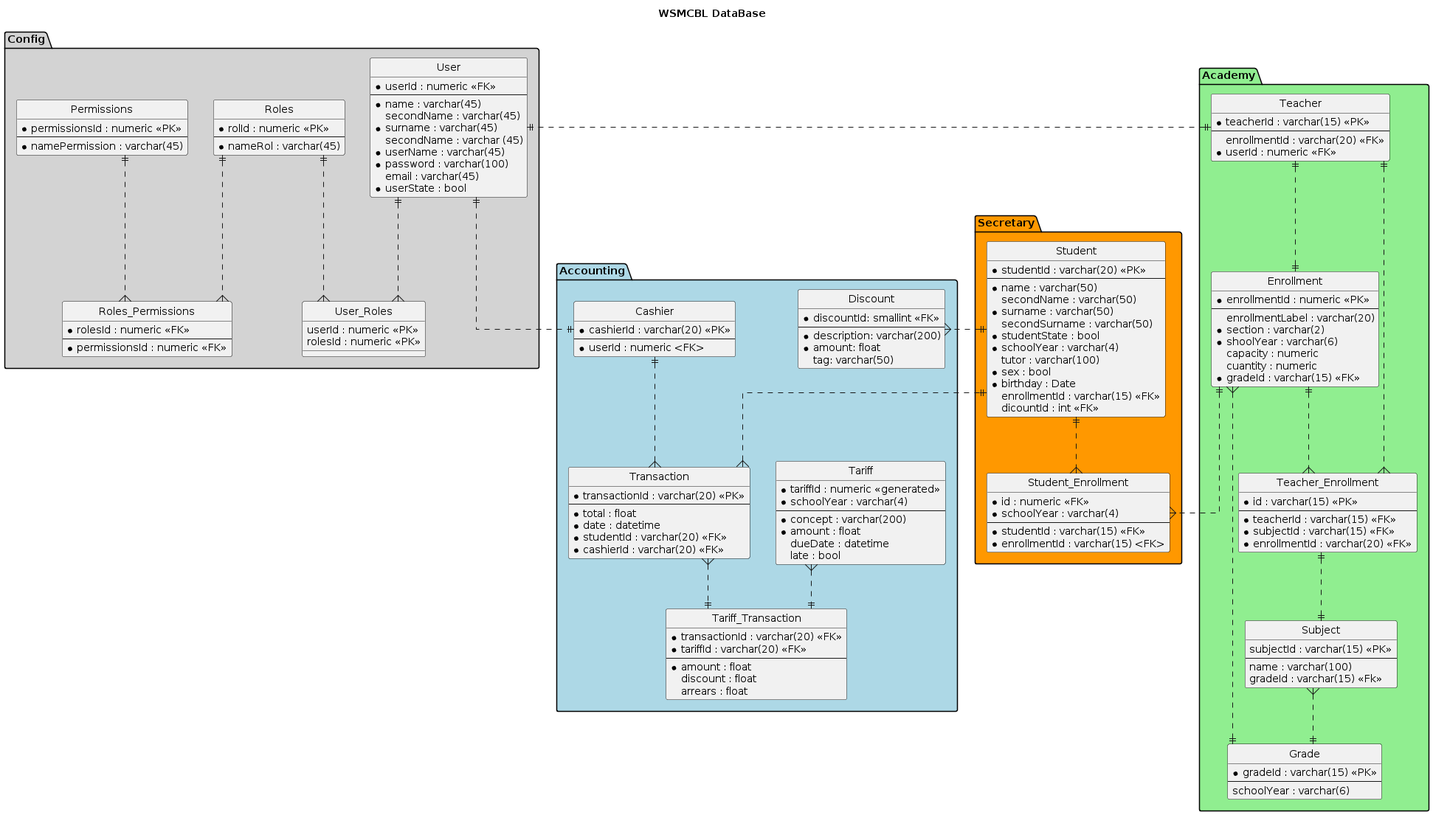
Earlier version of the PlantUML export out/DesignView/database.png (wsmcbl/wsmcbl.doc).
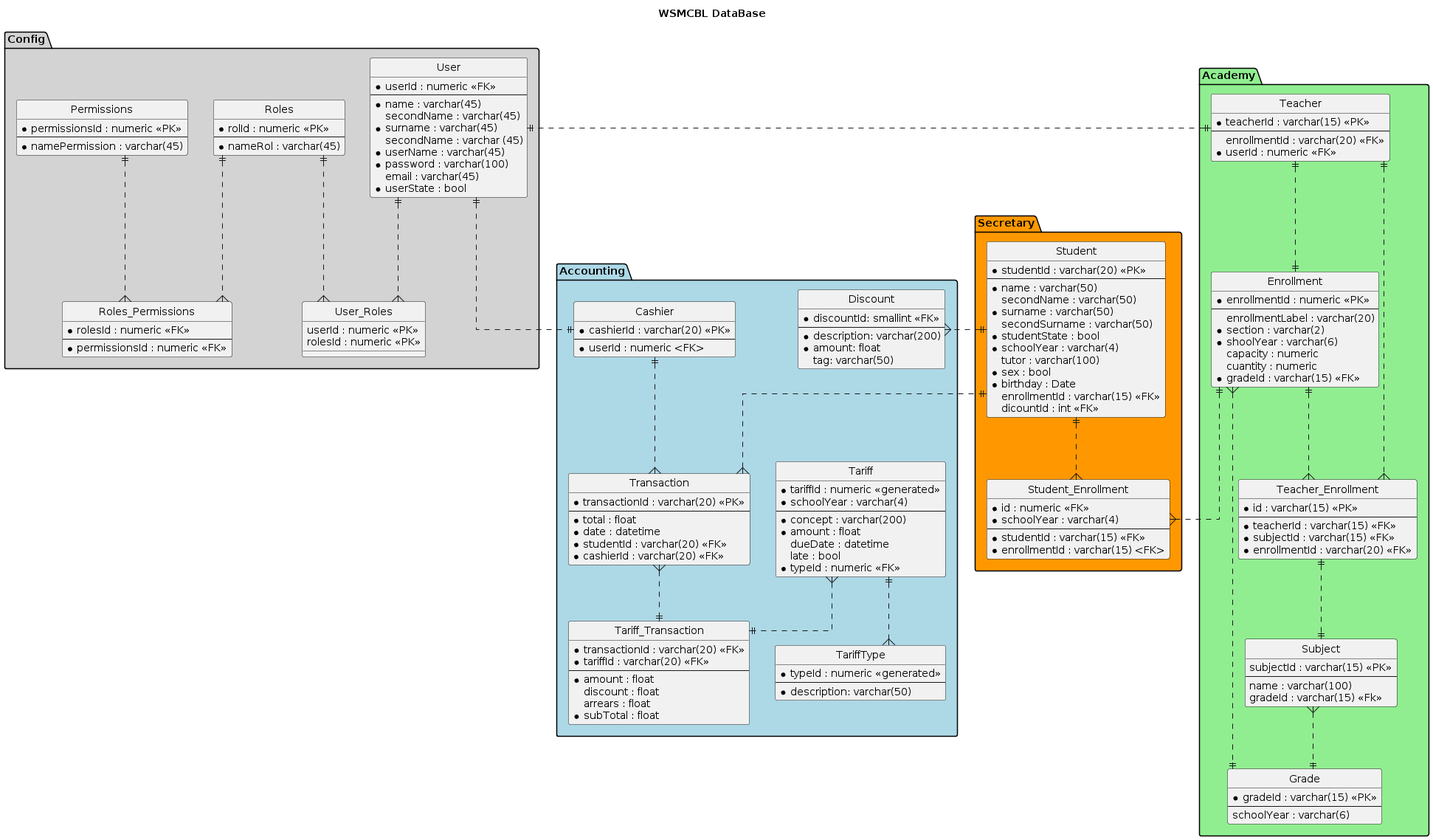
After the commit.

What changed in the source:
```diff
@@ -94,6 +94,13 @@
         * userId : numeric <FK>
     }
 
+    entity TariffType
+    {
+        * typeId : numeric <<generated>>
+        --
+        * description: varchar(50)
+    }
+
     entity Tariff
     {
         * tariffId : numeric <<generated>>
@@ -103,6 +110,7 @@
         * amount : float
         dueDate : datetime
         late : bool
+        * typeId : numeric <<FK>>
     }
 
     entity Tariff_Transaction
@@ -113,6 +121,7 @@
         * amount : float
         discount : float
         arrears : float
+        * subTotal : float
     }
 
     entity Transaction
@@ -137,6 +146,7 @@
     Cashier ||..{Transaction
     Tariff}..|| Tariff_Transaction
     Transaction}..|| Tariff_Transaction
+    Tariff ||..{ TariffType
 }
 
 package Academy #LightGreen
```
